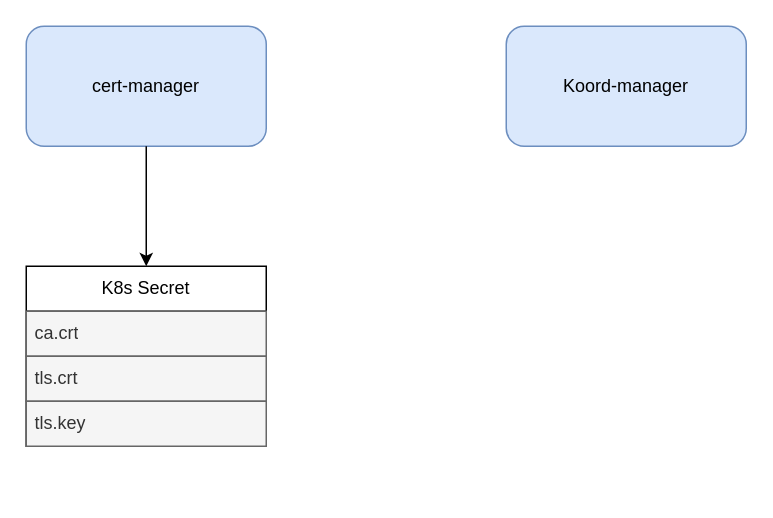
The draw.io diagram koordinator.drawio in YanshanSong/draw.io, before the edit. Source tidied: cells renumbered, new cells numbered last; positions are measured from the earlier drawing's top-left corner, leaving out a move shared by most shapes. Both pictures are drawn from the tidied source at 150%, with x=0, y=0 at pixel (26, 26).
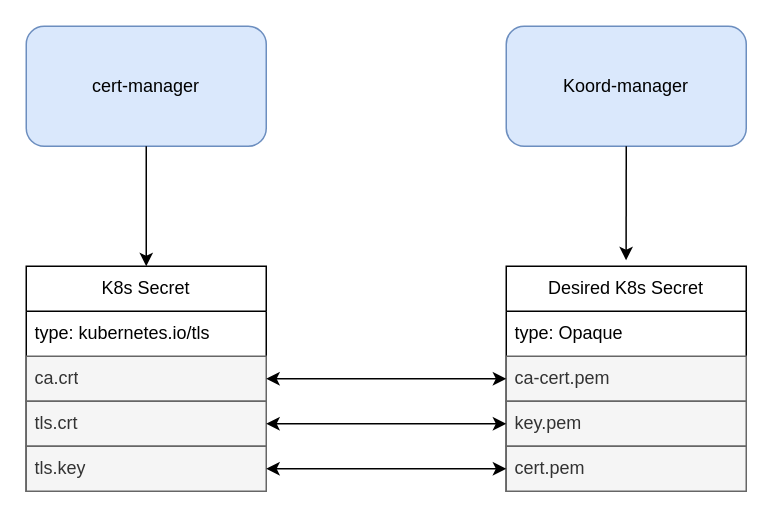
Above is the later version.

Unchanged cells that the change refers to:
```xml
<mxCell id="3" value="Koord-manager" style="rounded=1;whiteSpace=wrap;html=1;fillColor=#dae8fc;strokeColor=#6c8ebf;" parent="1" vertex="1">
  <mxGeometry x="320" width="160" height="80" as="geometry" />
</mxCell>
```

What changed in the source:
```diff
@@
-    <mxCell id="5" value="K8s Secret" style="swimlane;fontStyle=0;horizontal=1;startSize=30;whiteSpace=wrap;html=1;" parent="1" vertex="1">
-      <mxGeometry y="160" width="160" height="120" as="geometry" />
+    <mxCell id="5" value="K8s Secre&lt;span style=&quot;background-color: transparent; color: light-dark(rgb(0, 0, 0), rgb(255, 255, 255));&quot;&gt;t&lt;/span&gt;" style="swimlane;fontStyle=0;horizontal=1;startSize=30;whiteSpace=wrap;html=1;" parent="1" vertex="1">
+      <mxGeometry y="160" width="160" height="150" as="geometry" />
     </mxCell>
-    <mxCell id="6" value="ca.crt" style="text;strokeColor=#666666;fillColor=#f5f5f5;align=left;verticalAlign=middle;spacingLeft=4;spacingRight=4;overflow=hidden;whiteSpace=wrap;html=1;fontColor=#333333;" parent="5" vertex="1">
+    <mxCell id="6" value="type: kubernetes.io/tls&lt;span style=&quot;background-color: transparent; color: light-dark(rgb(0, 0, 0), rgb(255, 255, 255));&quot;&gt;&amp;nbsp;&lt;/span&gt;" style="text;align=left;verticalAlign=middle;spacingLeft=4;spacingRight=4;overflow=hidden;whiteSpace=wrap;html=1;" parent="5" vertex="1">
       <mxGeometry y="30" width="160" height="30" as="geometry" />
     </mxCell>
-    <mxCell id="7" value="tls.crt" style="text;strokeColor=#666666;fillColor=#f5f5f5;align=left;verticalAlign=middle;spacingLeft=4;spacingRight=4;overflow=hidden;whiteSpace=wrap;html=1;fontColor=#333333;" parent="5" vertex="1">
+    <mxCell id="7" value="ca.crt" style="text;strokeColor=#666666;fillColor=#f5f5f5;align=left;verticalAlign=middle;spacingLeft=4;spacingRight=4;overflow=hidden;whiteSpace=wrap;html=1;fontColor=#333333;" parent="5" vertex="1">
       <mxGeometry y="60" width="160" height="30" as="geometry" />
     </mxCell>
+    <mxCell id="9" value="tls.crt" style="text;strokeColor=#666666;fillColor=#f5f5f5;align=left;verticalAlign=middle;spacingLeft=4;spacingRight=4;overflow=hidden;points=[[0,0.5],[1,0.5]];portConstraint=eastwest;whiteSpace=wrap;html=1;fontColor=#333333;" parent="5" vertex="1">
+      <mxGeometry y="90" width="160" height="30" as="geometry" />
+    </mxCell>
     <mxCell id="8" value="tls.key" style="text;strokeColor=#666666;fillColor=#f5f5f5;align=left;verticalAlign=middle;spacingLeft=4;spacingRight=4;overflow=hidden;points=[[0,0.5],[1,0.5]];portConstraint=eastwest;whiteSpace=wrap;html=1;fontColor=#333333;" parent="5" vertex="1">
-      <mxGeometry y="90" width="160" height="30" as="geometry" />
+      <mxGeometry y="120" width="160" height="30" as="geometry" />
     </mxCell>
+    <mxCell id="10" style="endArrow=classic;html=1;rounded=0;exitX=0.5;exitY=1;exitDx=0;exitDy=0;entryX=0.571;entryY=-0.044;entryDx=0;entryDy=0;entryPerimeter=0;" parent="1" edge="1" source="3">
+      <mxGeometry relative="1" as="geometry">
+        <mxPoint x="399.9" y="156" as="targetPoint" />
+      </mxGeometry>
+    </mxCell>
+    <mxCell id="11" value="Desired K8s Secret" style="swimlane;fontStyle=0;horizontal=1;startSize=30;whiteSpace=wrap;html=1;" parent="1" vertex="1">
+      <mxGeometry x="320" y="160" width="160" height="150" as="geometry" />
+    </mxCell>
+    <mxCell id="12" value="type: Opaque" style="text;align=left;verticalAlign=middle;spacingLeft=4;spacingRight=4;overflow=hidden;whiteSpace=wrap;html=1;" parent="11" vertex="1">
+      <mxGeometry y="30" width="160" height="30" as="geometry" />
+    </mxCell>
+    <mxCell id="13" value="ca-cert.pem" style="text;strokeColor=#666666;fillColor=#f5f5f5;align=left;verticalAlign=middle;spacingLeft=4;spacingRight=4;overflow=hidden;points=[[0,0.5],[1,0.5]];portConstraint=eastwest;whiteSpace=wrap;html=1;fontColor=#333333;" parent="11" vertex="1">
+      <mxGeometry y="60" width="160" height="30" as="geometry" />
+    </mxCell>
+    <mxCell id="14" value="key.pem" style="text;strokeColor=#666666;fillColor=#f5f5f5;align=left;verticalAlign=middle;spacingLeft=4;spacingRight=4;overflow=hidden;points=[[0,0.5],[1,0.5]];portConstraint=eastwest;whiteSpace=wrap;html=1;fontColor=#333333;" parent="11" vertex="1">
+      <mxGeometry y="90" width="160" height="30" as="geometry" />
+    </mxCell>
+    <mxCell id="15" value="cert.pem" style="text;strokeColor=#666666;fillColor=#f5f5f5;align=left;verticalAlign=middle;spacingLeft=4;spacingRight=4;overflow=hidden;points=[[0,0.5],[1,0.5]];portConstraint=eastwest;whiteSpace=wrap;html=1;fontColor=#333333;" parent="11" vertex="1">
+      <mxGeometry y="120" width="160" height="30" as="geometry" />
+    </mxCell>
+    <mxCell id="16" style="endArrow=classic;startArrow=classic;html=1;rounded=0;exitX=1;exitY=0.5;exitDx=0;exitDy=0;entryX=0;entryY=0.5;entryDx=0;entryDy=0;" parent="1" edge="1" source="5" target="13">
+      <mxGeometry relative="1" as="geometry" />
+    </mxCell>
+    <mxCell id="17" style="endArrow=classic;startArrow=classic;html=1;rounded=0;entryX=0;entryY=0.5;entryDx=0;entryDy=0;exitX=1;exitY=0.5;exitDx=0;exitDy=0;" parent="1" edge="1" source="9" target="14">
+      <mxGeometry relative="1" as="geometry" />
+    </mxCell>
+    <mxCell id="18" style="endArrow=classic;startArrow=classic;html=1;rounded=0;exitX=1;exitY=0.5;exitDx=0;exitDy=0;entryX=0;entryY=0.5;entryDx=0;entryDy=0;" parent="1" edge="1" source="8" target="15">
+      <mxGeometry relative="1" as="geometry" />
+    </mxCell>
```
